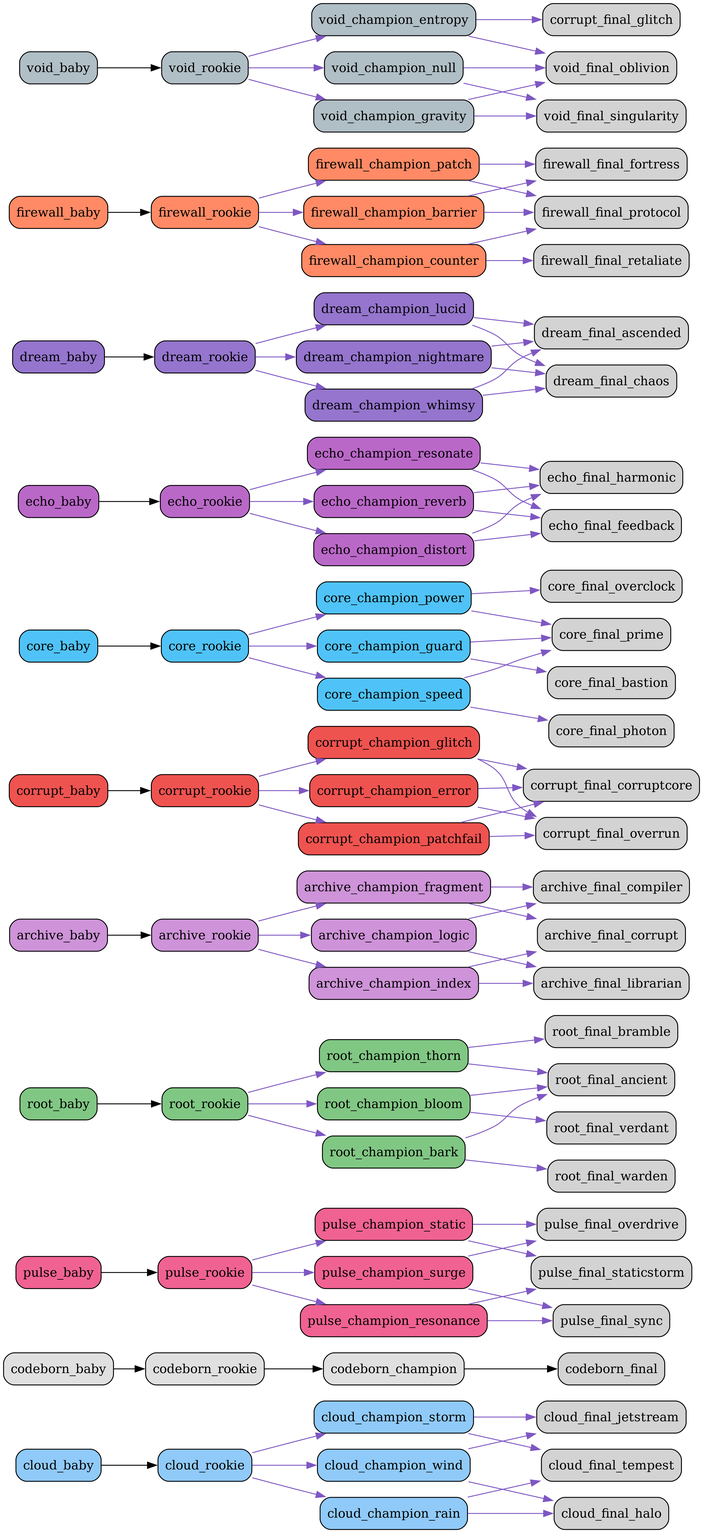
Earlier version of the Graphviz export src/netgrid/systems/evolution/graphs/full/evolution_graph.png (bwlight/NetGrid). Its source is kept beside it as src/netgrid/systems/evolution/graphs/full/evolution_graph.dot.
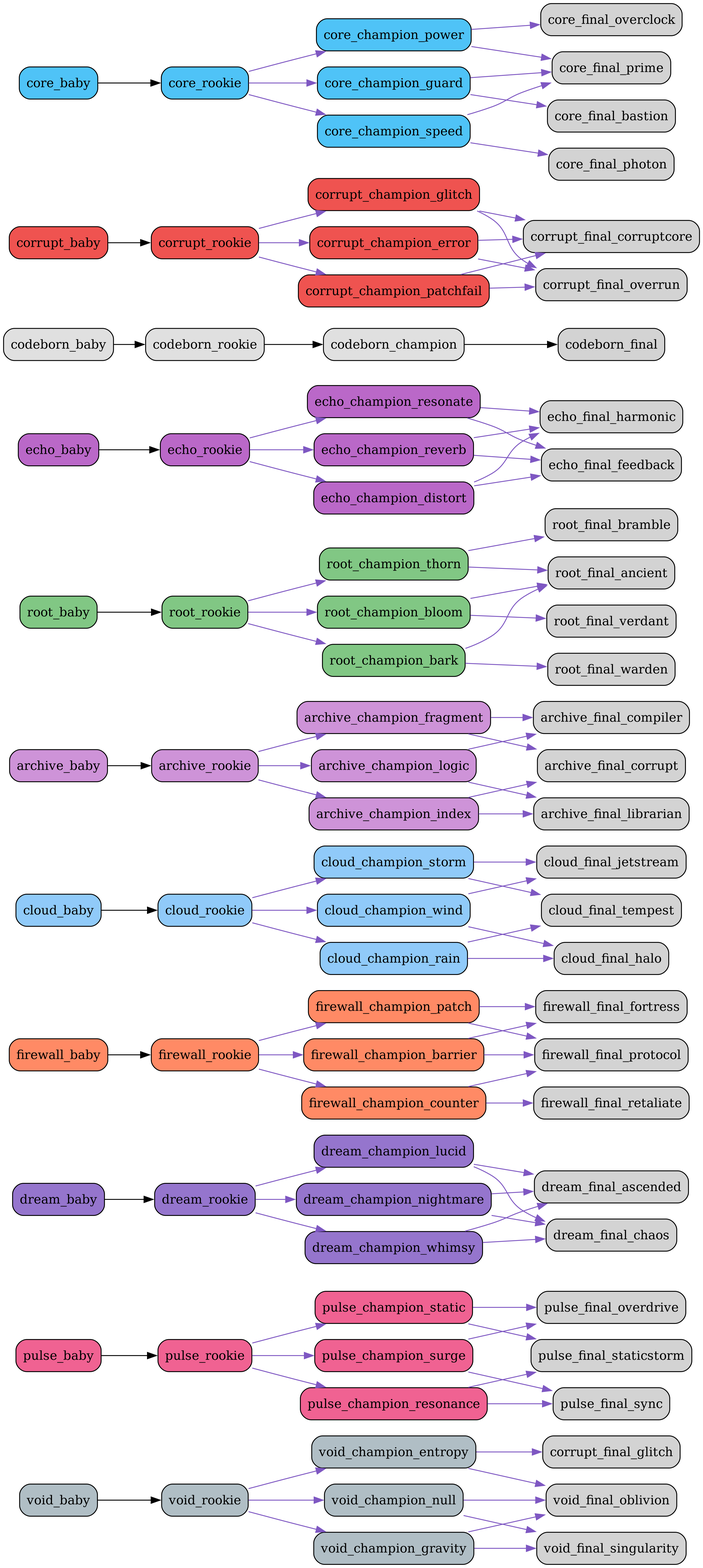
The same file after the commit.

Commit message:
Auto-update evolution graphs

The edit, as a diff of the source:
```diff
@@ -1,6 +1,66 @@
 digraph EvolutionTree {
   rankdir=LR;
   node [shape=box, style="rounded,filled"];
+  "void_baby" [fillcolor="#b0bec5"];
+  "void_baby" -> "void_rookie";
+  "void_rookie" [fillcolor="#b0bec5"];
+  "void_rookie" -> "void_champion_entropy" [color="#7e57c2"];
+  "void_rookie" -> "void_champion_gravity" [color="#7e57c2"];
+  "void_rookie" -> "void_champion_null" [color="#7e57c2"];
+  "void_champion_entropy" [fillcolor="#b0bec5"];
+  "void_champion_entropy" -> "corrupt_final_glitch" [color="#7e57c2"];
+  "void_champion_entropy" -> "void_final_oblivion" [color="#7e57c2"];
+  "void_champion_gravity" [fillcolor="#b0bec5"];
+  "void_champion_gravity" -> "void_final_singularity" [color="#7e57c2"];
+  "void_champion_gravity" -> "void_final_oblivion" [color="#7e57c2"];
+  "void_champion_null" [fillcolor="#b0bec5"];
+  "void_champion_null" -> "void_final_oblivion" [color="#7e57c2"];
+  "void_champion_null" -> "void_final_singularity" [color="#7e57c2"];
+  "pulse_baby" [fillcolor="#f06292"];
+  "pulse_baby" -> "pulse_rookie";
+  "pulse_rookie" [fillcolor="#f06292"];
+  "pulse_rookie" -> "pulse_champion_surge" [color="#7e57c2"];
+  "pulse_rookie" -> "pulse_champion_resonance" [color="#7e57c2"];
+  "pulse_rookie" -> "pulse_champion_static" [color="#7e57c2"];
+  "pulse_champion_surge" [fillcolor="#f06292"];
+  "pulse_champion_surge" -> "pulse_final_overdrive" [color="#7e57c2"];
+  "pulse_champion_surge" -> "pulse_final_sync" [color="#7e57c2"];
+  "pulse_champion_resonance" [fillcolor="#f06292"];
+  "pulse_champion_resonance" -> "pulse_final_sync" [color="#7e57c2"];
+  "pulse_champion_resonance" -> "pulse_final_staticstorm" [color="#7e57c2"];
+  "pulse_champion_static" [fillcolor="#f06292"];
+  "pulse_champion_static" -> "pulse_final_staticstorm" [color="#7e57c2"];
+  "pulse_champion_static" -> "pulse_final_overdrive" [color="#7e57c2"];
+  "dream_baby" [fillcolor="#9575cd"];
+  "dream_baby" -> "dream_rookie";
+  "dream_rookie" [fillcolor="#9575cd"];
+  "dream_rookie" -> "dream_champion_lucid" [color="#7e57c2"];
+  "dream_rookie" -> "dream_champion_nightmare" [color="#7e57c2"];
+  "dream_rookie" -> "dream_champion_whimsy" [color="#7e57c2"];
+  "dream_champion_lucid" [fillcolor="#9575cd"];
+  "dream_champion_lucid" -> "dream_final_ascended" [color="#7e57c2"];
+  "dream_champion_lucid" -> "dream_final_chaos" [color="#7e57c2"];
+  "dream_champion_nightmare" [fillcolor="#9575cd"];
+  "dream_champion_nightmare" -> "dream_final_chaos" [color="#7e57c2"];
+  "dream_champion_nightmare" -> "dream_final_ascended" [color="#7e57c2"];
+  "dream_champion_whimsy" [fillcolor="#9575cd"];
+  "dream_champion_whimsy" -> "dream_final_ascended" [color="#7e57c2"];
+  "dream_champion_whimsy" -> "dream_final_chaos" [color="#7e57c2"];
+  "firewall_baby" [fillcolor="#ff8a65"];
+  "firewall_baby" -> "firewall_rookie";
+  "firewall_rookie" [fillcolor="#ff8a65"];
+  "firewall_rookie" -> "firewall_champion_barrier" [color="#7e57c2"];
+  "firewall_rookie" -> "firewall_champion_counter" [color="#7e57c2"];
+  "firewall_rookie" -> "firewall_champion_patch" [color="#7e57c2"];
+  "firewall_champion_barrier" [fillcolor="#ff8a65"];
+  "firewall_champion_barrier" -> "firewall_final_fortress" [color="#7e57c2"];
+  "firewall_champion_barrier" -> "firewall_final_protocol" [color="#7e57c2"];
+  "firewall_champion_counter" [fillcolor="#ff8a65"];
+  "firewall_champion_counter" -> "firewall_final_retaliate" [color="#7e57c2"];
+  "firewall_champion_counter" -> "firewall_final_protocol" [color="#7e57c2"];
+  "firewall_champion_patch" [fillcolor="#ff8a65"];
+  "firewall_champion_patch" -> "firewall_final_protocol" [color="#7e57c2"];
+  "firewall_champion_patch" -> "firewall_final_fortress" [color="#7e57c2"];
   "cloud_baby" [fillcolor="#90caf9"];
   "cloud_baby" -> "cloud_rookie";
   "cloud_rookie" [fillcolor="#90caf9"];
@@ -16,27 +76,21 @@
   "cloud_champion_storm" [fillcolor="#90caf9"];
   "cloud_champion_storm" -> "cloud_final_tempest" [color="#7e57c2"];
   "cloud_champion_storm" -> "cloud_final_jetstream" [color="#7e57c2"];
-  "codeborn_baby" [fillcolor="#e0e0e0"];
-  "codeborn_baby" -> "codeborn_rookie";
-  "codeborn_rookie" [fillcolor="#e0e0e0"];
-  "codeborn_rookie" -> "codeborn_champion";
-  "codeborn_champion" [fillcolor="#e0e0e0"];
-  "codeborn_champion" -> "codeborn_final";
-  "pulse_baby" [fillcolor="#f06292"];
-  "pulse_baby" -> "pulse_rookie";
-  "pulse_rookie" [fillcolor="#f06292"];
-  "pulse_rookie" -> "pulse_champion_surge" [color="#7e57c2"];
-  "pulse_rookie" -> "pulse_champion_resonance" [color="#7e57c2"];
-  "pulse_rookie" -> "pulse_champion_static" [color="#7e57c2"];
-  "pulse_champion_surge" [fillcolor="#f06292"];
-  "pulse_champion_surge" -> "pulse_final_overdrive" [color="#7e57c2"];
-  "pulse_champion_surge" -> "pulse_final_sync" [color="#7e57c2"];
-  "pulse_champion_resonance" [fillcolor="#f06292"];
-  "pulse_champion_resonance" -> "pulse_final_sync" [color="#7e57c2"];
-  "pulse_champion_resonance" -> "pulse_final_staticstorm" [color="#7e57c2"];
-  "pulse_champion_static" [fillcolor="#f06292"];
-  "pulse_champion_static" -> "pulse_final_staticstorm" [color="#7e57c2"];
-  "pulse_champion_static" -> "pulse_final_overdrive" [color="#7e57c2"];
+  "archive_baby" [fillcolor="#ce93d8"];
+  "archive_baby" -> "archive_rookie";
+  "archive_rookie" [fillcolor="#ce93d8"];
+  "archive_rookie" -> "archive_champion_logic" [color="#7e57c2"];
+  "archive_rookie" -> "archive_champion_index" [color="#7e57c2"];
+  "archive_rookie" -> "archive_champion_fragment" [color="#7e57c2"];
+  "archive_champion_logic" [fillcolor="#ce93d8"];
+  "archive_champion_logic" -> "archive_final_compiler" [color="#7e57c2"];
+  "archive_champion_logic" -> "archive_final_librarian" [color="#7e57c2"];
+  "archive_champion_index" [fillcolor="#ce93d8"];
+  "archive_champion_index" -> "archive_final_librarian" [color="#7e57c2"];
+  "archive_champion_index" -> "archive_final_corrupt" [color="#7e57c2"];
+  "archive_champion_fragment" [fillcolor="#ce93d8"];
+  "archive_champion_fragment" -> "archive_final_corrupt" [color="#7e57c2"];
+  "archive_champion_fragment" -> "archive_final_compiler" [color="#7e57c2"];
   "root_baby" [fillcolor="#81c784"];
   "root_baby" -> "root_rookie";
   "root_rookie" [fillcolor="#81c784"];
@@ -52,21 +106,27 @@
   "root_champion_bark" [fillcolor="#81c784"];
   "root_champion_bark" -> "root_final_warden" [color="#7e57c2"];
   "root_champion_bark" -> "root_final_ancient" [color="#7e57c2"];
-  "archive_baby" [fillcolor="#ce93d8"];
-  "archive_baby" -> "archive_rookie";
-  "archive_rookie" [fillcolor="#ce93d8"];
-  "archive_rookie" -> "archive_champion_logic" [color="#7e57c2"];
-  "archive_rookie" -> "archive_champion_index" [color="#7e57c2"];
-  "archive_rookie" -> "archive_champion_fragment" [color="#7e57c2"];
-  "archive_champion_logic" [fillcolor="#ce93d8"];
-  "archive_champion_logic" -> "archive_final_compiler" [color="#7e57c2"];
-  "archive_champion_logic" -> "archive_final_librarian" [color="#7e57c2"];
-  "archive_champion_index" [fillcolor="#ce93d8"];
-  "archive_champion_index" -> "archive_final_librarian" [color="#7e57c2"];
-  "archive_champion_index" -> "archive_final_corrupt" [color="#7e57c2"];
-  "archive_champion_fragment" [fillcolor="#ce93d8"];
-  "archive_champion_fragment" -> "archive_final_corrupt" [color="#7e57c2"];
-  "archive_champion_fragment" -> "archive_final_compiler" [color="#7e57c2"];
+  "echo_baby" [fillcolor="#ba68c8"];
+  "echo_baby" -> "echo_rookie";
+  "echo_rookie" [fillcolor="#ba68c8"];
+  "echo_rookie" -> "echo_champion_resonate" [color="#7e57c2"];
+  "echo_rookie" -> "echo_champion_reverb" [color="#7e57c2"];
+  "echo_rookie" -> "echo_champion_distort" [color="#7e57c2"];
+  "echo_champion_resonate" [fillcolor="#ba68c8"];
+  "echo_champion_resonate" -> "echo_final_harmonic" [color="#7e57c2"];
+  "echo_champion_resonate" -> "echo_final_feedback" [color="#7e57c2"];
+  "echo_champion_reverb" [fillcolor="#ba68c8"];
+  "echo_champion_reverb" -> "echo_final_feedback" [color="#7e57c2"];
+  "echo_champion_reverb" -> "echo_final_harmonic" [color="#7e57c2"];
+  "echo_champion_distort" [fillcolor="#ba68c8"];
+  "echo_champion_distort" -> "echo_final_feedback" [color="#7e57c2"];
+  "echo_champion_distort" -> "echo_final_harmonic" [color="#7e57c2"];
+  "codeborn_baby" [fillcolor="#e0e0e0"];
+  "codeborn_baby" -> "codeborn_rookie";
+  "codeborn_rookie" [fillcolor="#e0e0e0"];
+  "codeborn_rookie" -> "codeborn_champion";
+  "codeborn_champion" [fillcolor="#e0e0e0"];
+  "codeborn_champion" -> "codeborn_final";
   "corrupt_baby" [fillcolor="#ef5350"];
   "corrupt_baby" -> "corrupt_rookie";
   "corrupt_rookie" [fillcolor="#ef5350"];
@@ -97,64 +157,4 @@
   "core_champion_speed" [fillcolor="#4fc3f7"];
   "core_champion_speed" -> "core_final_photon" [color="#7e57c2"];
   "core_champion_speed" -> "core_final_prime" [color="#7e57c2"];
-  "echo_baby" [fillcolor="#ba68c8"];
-  "echo_baby" -> "echo_rookie";
-  "echo_rookie" [fillcolor="#ba68c8"];
-  "echo_rookie" -> "echo_champion_resonate" [color="#7e57c2"];
-  "echo_rookie" -> "echo_champion_reverb" [color="#7e57c2"];
-  "echo_rookie" -> "echo_champion_distort" [color="#7e57c2"];
-  "echo_champion_resonate" [fillcolor="#ba68c8"];
-  "echo_champion_resonate" -> "echo_final_harmonic" [color="#7e57c2"];
-  "echo_champion_resonate" -> "echo_final_feedback" [color="#7e57c2"];
-  "echo_champion_reverb" [fillcolor="#ba68c8"];
-  "echo_champion_reverb" -> "echo_final_feedback" [color="#7e57c2"];
-  "echo_champion_reverb" -> "echo_final_harmonic" [color="#7e57c2"];
-  "echo_champion_distort" [fillcolor="#ba68c8"];
-  "echo_champion_distort" -> "echo_final_feedback" [color="#7e57c2"];
-  "echo_champion_distort" -> "echo_final_harmonic" [color="#7e57c2"];
-  "dream_baby" [fillcolor="#9575cd"];
-  "dream_baby" -> "dream_rookie";
-  "dream_rookie" [fillcolor="#9575cd"];
-  "dream_rookie" -> "dream_champion_lucid" [color="#7e57c2"];
-  "dream_rookie" -> "dream_champion_nightmare" [color="#7e57c2"];
-  "dream_rookie" -> "dream_champion_whimsy" [color="#7e57c2"];
-  "dream_champion_lucid" [fillcolor="#9575cd"];
-  "dream_champion_lucid" -> "dream_final_ascended" [color="#7e57c2"];
-  "dream_champion_lucid" -> "dream_final_chaos" [color="#7e57c2"];
-  "dream_champion_nightmare" [fillcolor="#9575cd"];
-  "dream_champion_nightmare" -> "dream_final_chaos" [color="#7e57c2"];
-  "dream_champion_nightmare" -> "dream_final_ascended" [color="#7e57c2"];
-  "dream_champion_whimsy" [fillcolor="#9575cd"];
-  "dream_champion_whimsy" -> "dream_final_ascended" [color="#7e57c2"];
-  "dream_champion_whimsy" -> "dream_final_chaos" [color="#7e57c2"];
-  "firewall_baby" [fillcolor="#ff8a65"];
-  "firewall_baby" -> "firewall_rookie";
-  "firewall_rookie" [fillcolor="#ff8a65"];
-  "firewall_rookie" -> "firewall_champion_barrier" [color="#7e57c2"];
-  "firewall_rookie" -> "firewall_champion_counter" [color="#7e57c2"];
-  "firewall_rookie" -> "firewall_champion_patch" [color="#7e57c2"];
-  "firewall_champion_barrier" [fillcolor="#ff8a65"];
-  "firewall_champion_barrier" -> "firewall_final_fortress" [color="#7e57c2"];
-  "firewall_champion_barrier" -> "firewall_final_protocol" [color="#7e57c2"];
-  "firewall_champion_counter" [fillcolor="#ff8a65"];
-  "firewall_champion_counter" -> "firewall_final_retaliate" [color="#7e57c2"];
-  "firewall_champion_counter" -> "firewall_final_protocol" [color="#7e57c2"];
-  "firewall_champion_patch" [fillcolor="#ff8a65"];
-  "firewall_champion_patch" -> "firewall_final_protocol" [color="#7e57c2"];
-  "firewall_champion_patch" -> "firewall_final_fortress" [color="#7e57c2"];
-  "void_baby" [fillcolor="#b0bec5"];
-  "void_baby" -> "void_rookie";
-  "void_rookie" [fillcolor="#b0bec5"];
-  "void_rookie" -> "void_champion_entropy" [color="#7e57c2"];
-  "void_rookie" -> "void_champion_gravity" [color="#7e57c2"];
-  "void_rookie" -> "void_champion_null" [color="#7e57c2"];
-  "void_champion_entropy" [fillcolor="#b0bec5"];
-  "void_champion_entropy" -> "corrupt_final_glitch" [color="#7e57c2"];
-  "void_champion_entropy" -> "void_final_oblivion" [color="#7e57c2"];
-  "void_champion_gravity" [fillcolor="#b0bec5"];
-  "void_champion_gravity" -> "void_final_singularity" [color="#7e57c2"];
-  "void_champion_gravity" -> "void_final_oblivion" [color="#7e57c2"];
-  "void_champion_null" [fillcolor="#b0bec5"];
-  "void_champion_null" -> "void_final_oblivion" [color="#7e57c2"];
-  "void_champion_null" -> "void_final_singularity" [color="#7e57c2"];
 }
```
